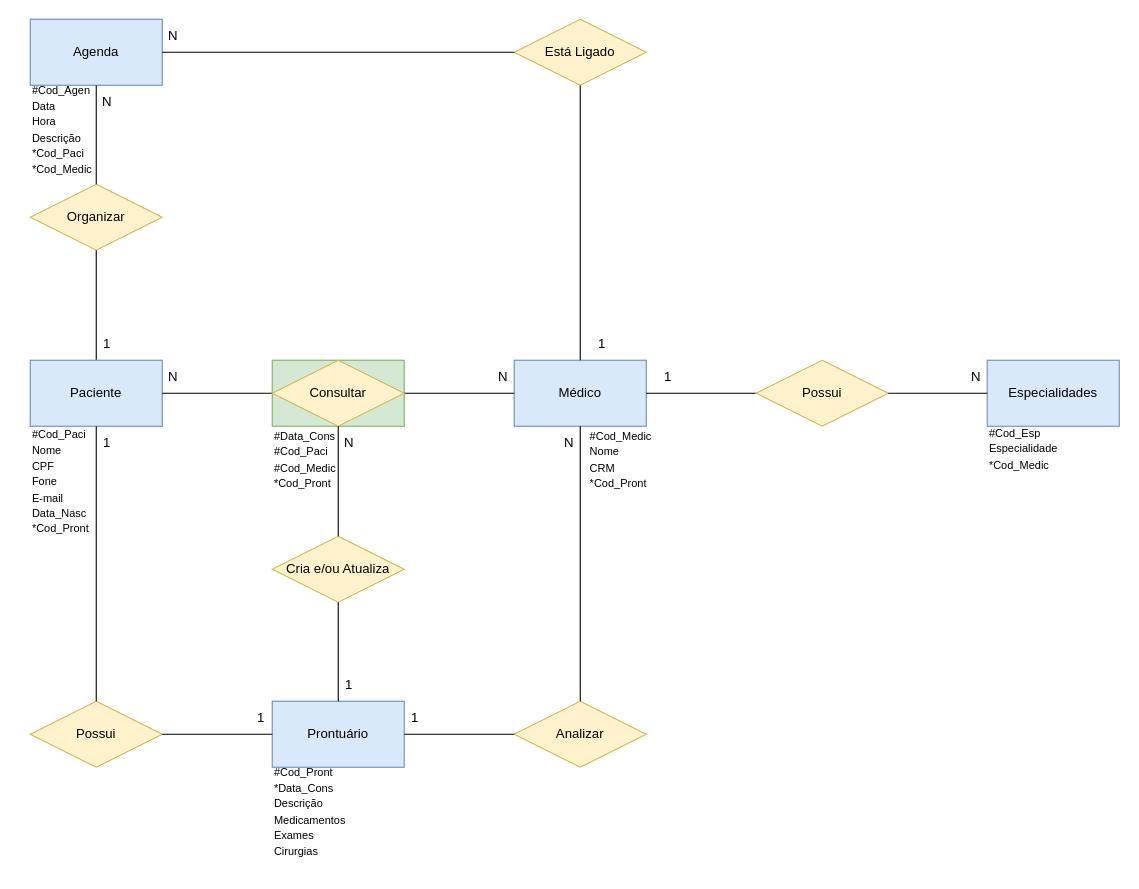
Lucas544kk/Trabalhos keeps this draw.io diagram as MER Atualizado.drawio. Above is the earlier version. Source tidied: cells renumbered, new cells numbered last; positions are measured from the earlier drawing's top-left corner, leaving out a move shared by most shapes. Both pictures are drawn from the tidied source at 110%, with x=0, y=0 at pixel (30, 19).
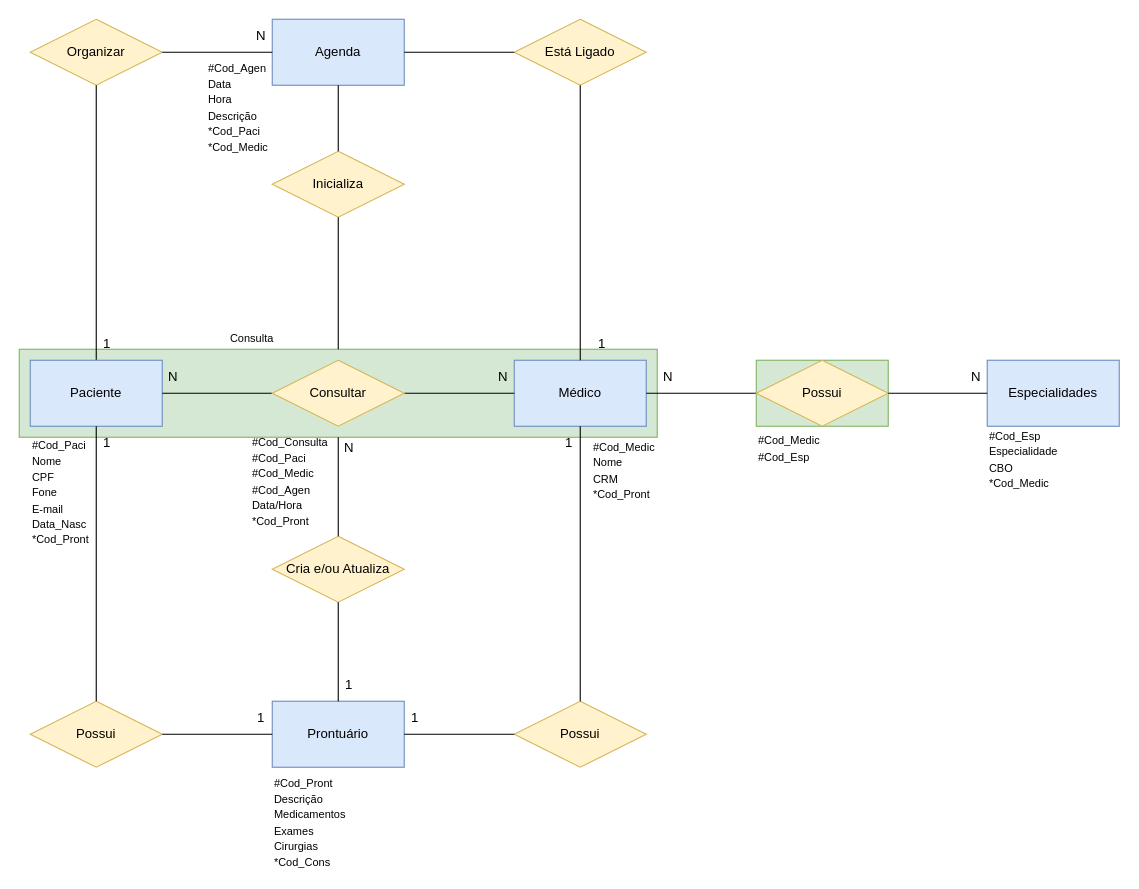
The same page after the edit.

Unchanged cells that the change refers to:
```xml
<mxCell id="9" value="Paciente" style="rounded=0;whiteSpace=wrap;html=1;fillColor=#dae8fc;strokeColor=#6c8ebf;" parent="1" vertex="1">
  <mxGeometry y="310" width="120" height="60" as="geometry" />
</mxCell>
<mxCell id="10" value="Médico" style="rounded=0;whiteSpace=wrap;html=1;fillColor=#dae8fc;strokeColor=#6c8ebf;" parent="1" vertex="1">
  <mxGeometry x="440" y="310" width="120" height="60" as="geometry" />
</mxCell>
<mxCell id="16" value="Consultar" style="rhombus;whiteSpace=wrap;html=1;fillColor=#fff2cc;strokeColor=#d6b656;" parent="1" vertex="1">
  <mxGeometry x="220" y="310" width="120" height="60" as="geometry" />
</mxCell>
```

What changed in the source:
```diff
@@
+    <mxCell id="49" style="rounded=0;whiteSpace=wrap;html=1;fillColor=#d5e8d4;strokeColor=#82b366;" parent="1" vertex="1">
+      <mxGeometry x="660" y="310" width="120" height="60" as="geometry" />
+    </mxCell>
     <mxCell id="2" style="rounded=0;whiteSpace=wrap;html=1;fillColor=#d5e8d4;strokeColor=#82b366;" parent="1" vertex="1">
-      <mxGeometry x="220" y="310" width="120" height="60" as="geometry" />
+      <mxGeometry x="-10" y="300" width="580" height="80" as="geometry" />
     </mxCell>
     <mxCell id="3" value="Agenda" style="rounded=0;whiteSpace=wrap;html=1;fillColor=#dae8fc;strokeColor=#6c8ebf;" parent="1" vertex="1">
-      <mxGeometry width="120" height="60" as="geometry" />
+      <mxGeometry x="220" width="120" height="60" as="geometry" />
     </mxCell>
     <mxCell id="4" value="Organizar" style="rhombus;whiteSpace=wrap;html=1;fillColor=#fff2cc;strokeColor=#d6b656;" parent="1" vertex="1">
-      <mxGeometry y="150" width="120" height="60" as="geometry" />
+      <mxGeometry width="120" height="60" as="geometry" />
     </mxCell>
-    <mxCell id="5" style="endArrow=none;html=1;rounded=0;entryX=0.5;entryY=1;entryDx=0;entryDy=0;exitX=0.5;exitY=0;exitDx=0;exitDy=0;" parent="1" edge="1" source="4" target="3">
+    <mxCell id="5" style="endArrow=none;html=1;rounded=0;entryX=0;entryY=0.5;entryDx=0;entryDy=0;exitX=1;exitY=0.5;exitDx=0;exitDy=0;" parent="1" edge="1" source="4" target="3">
       <mxGeometry relative="1" as="geometry" />
     </mxCell>
@@
-    <mxCell id="7" value="N" style="text;html=1;strokeColor=none;fillColor=none;align=center;verticalAlign=middle;whiteSpace=wrap;rounded=0;" parent="1" vertex="1">
-      <mxGeometry x="40" y="60" width="60" height="30" as="geometry" />
-    </mxCell>
@@
-    <mxCell id="14" style="endArrow=none;html=1;rounded=0;entryX=0;entryY=0.5;entryDx=0;entryDy=0;exitX=1;exitY=0.5;exitDx=0;exitDy=0;" parent="1" edge="1" source="2" target="10">
+    <mxCell id="14" style="endArrow=none;html=1;rounded=0;entryX=0;entryY=0.5;entryDx=0;entryDy=0;exitX=1;exitY=0.5;exitDx=0;exitDy=0;" parent="1" edge="1" source="16" target="10">
       <mxGeometry relative="1" as="geometry" />
     </mxCell>
-    <mxCell id="15" style="endArrow=none;html=1;rounded=0;entryX=0;entryY=0.5;entryDx=0;entryDy=0;exitX=1;exitY=0.5;exitDx=0;exitDy=0;" parent="1" edge="1" source="9" target="2">
+    <mxCell id="15" style="endArrow=none;html=1;rounded=0;entryX=0;entryY=0.5;entryDx=0;entryDy=0;exitX=1;exitY=0.5;exitDx=0;exitDy=0;" parent="1" edge="1" source="9" target="16">
       <mxGeometry relative="1" as="geometry" />
     </mxCell>
@@
-    <mxCell id="20" value="Analizar" style="rhombus;whiteSpace=wrap;html=1;fillColor=#fff2cc;strokeColor=#d6b656;" parent="1" vertex="1">
+    <mxCell id="20" value="Possui" style="rhombus;whiteSpace=wrap;html=1;fillColor=#fff2cc;strokeColor=#d6b656;" parent="1" vertex="1">
       <mxGeometry x="440" y="620" width="120" height="60" as="geometry" />
     </mxCell>
@@
     <mxCell id="29" value="N" style="text;html=1;strokeColor=none;fillColor=none;align=center;verticalAlign=middle;whiteSpace=wrap;rounded=0;" parent="1" vertex="1">
-      <mxGeometry x="100" width="60" height="30" as="geometry" />
+      <mxGeometry x="180" width="60" height="30" as="geometry" />
     </mxCell>
@@
-    <mxCell id="34" value="N" style="text;html=1;strokeColor=none;fillColor=none;align=center;verticalAlign=middle;whiteSpace=wrap;rounded=0;" parent="1" vertex="1">
-      <mxGeometry x="260" y="370" width="60" height="30" as="geometry" />
-    </mxCell>
@@
-    <mxCell id="36" value="N" style="text;html=1;strokeColor=none;fillColor=none;align=center;verticalAlign=middle;whiteSpace=wrap;rounded=0;" parent="1" vertex="1">
-      <mxGeometry x="460" y="370" width="60" height="30" as="geometry" />
-    </mxCell>
     <mxCell id="37" value="&lt;font style=&quot;font-size: 10px;&quot;&gt;#Cod_Agen&lt;br&gt;Data&lt;br&gt;Hora&lt;br&gt;Descrição&lt;br&gt;*Cod_Paci&lt;br&gt;*Cod_Medic&lt;/font&gt;" style="text;html=1;strokeColor=none;fillColor=none;align=left;verticalAlign=middle;whiteSpace=wrap;rounded=0;" parent="1" vertex="1">
-      <mxGeometry y="80" width="60" height="40" as="geometry" />
+      <mxGeometry x="160" y="60" width="60" height="40" as="geometry" />
     </mxCell>
     <mxCell id="38" value="&lt;font style=&quot;font-size: 10px;&quot;&gt;#Cod_Paci&lt;br&gt;Nome&lt;br&gt;CPF&lt;br&gt;Fone&lt;br&gt;E-mail&lt;br&gt;Data_Nasc&lt;br&gt;*Cod_Pront&lt;br&gt;&lt;/font&gt;" style="text;html=1;strokeColor=none;fillColor=none;align=left;verticalAlign=middle;whiteSpace=wrap;rounded=0;" parent="1" vertex="1">
-      <mxGeometry y="400" width="60" height="40" as="geometry" />
+      <mxGeometry y="410" width="60" height="40" as="geometry" />
     </mxCell>
     <mxCell id="39" value="&lt;font style=&quot;font-size: 10px;&quot;&gt;#Cod_Medic&lt;br&gt;Nome&lt;br&gt;CRM&lt;br&gt;*Cod_Pront&lt;br&gt;&lt;/font&gt;" style="text;html=1;strokeColor=none;fillColor=none;align=left;verticalAlign=middle;whiteSpace=wrap;rounded=0;" parent="1" vertex="1">
-      <mxGeometry x="507" y="380" width="60" height="40" as="geometry" />
+      <mxGeometry x="510" y="390" width="60" height="40" as="geometry" />
     </mxCell>
@@
-    <mxCell id="44" value="1" style="text;html=1;strokeColor=none;fillColor=none;align=center;verticalAlign=middle;whiteSpace=wrap;rounded=0;" parent="1" vertex="1">
-      <mxGeometry x="550" y="310" width="60" height="30" as="geometry" />
-    </mxCell>
@@
-    <mxCell id="46" value="&lt;font style=&quot;font-size: 10px;&quot;&gt;#Cod_Esp&lt;br&gt;Especialidade&lt;br&gt;*Cod_Medic&lt;br&gt;&lt;/font&gt;" style="text;html=1;strokeColor=none;fillColor=none;align=left;verticalAlign=middle;whiteSpace=wrap;rounded=0;" parent="1" vertex="1">
-      <mxGeometry x="870" y="370" width="60" height="40" as="geometry" />
+    <mxCell id="46" value="&lt;font style=&quot;font-size: 10px;&quot;&gt;#Cod_Esp&lt;br&gt;Especialidade&lt;br&gt;CBO&lt;br&gt;*Cod_Medic&lt;br&gt;&lt;/font&gt;" style="text;html=1;strokeColor=none;fillColor=none;align=left;verticalAlign=middle;whiteSpace=wrap;rounded=0;" parent="1" vertex="1">
+      <mxGeometry x="870" y="380" width="60" height="40" as="geometry" />
     </mxCell>
-    <mxCell id="47" value="&lt;font style=&quot;font-size: 10px;&quot;&gt;#Data_Cons&lt;br&gt;#Cod_Paci&lt;br&gt;#Cod_Medic&lt;br&gt;*Cod_Pront&lt;br&gt;&lt;/font&gt;" style="text;html=1;strokeColor=none;fillColor=none;align=left;verticalAlign=middle;whiteSpace=wrap;rounded=0;" parent="1" vertex="1">
-      <mxGeometry x="220" y="380" width="60" height="40" as="geometry" />
+    <mxCell id="47" value="&lt;font style=&quot;font-size: 10px;&quot;&gt;#Cod_Consulta&lt;br&gt;#Cod_Paci&lt;br&gt;#Cod_Medic&lt;br&gt;#Cod_Agen&lt;br&gt;Data/Hora&lt;br&gt;*Cod_Pront&lt;br&gt;&lt;/font&gt;" style="text;html=1;strokeColor=none;fillColor=none;align=left;verticalAlign=middle;whiteSpace=wrap;rounded=0;" parent="1" vertex="1">
+      <mxGeometry x="200" y="400" width="60" height="40" as="geometry" />
     </mxCell>
-    <mxCell id="48" value="&lt;font style=&quot;font-size: 10px;&quot;&gt;#Cod_Pront&lt;br&gt;*Data_Cons&lt;br&gt;Descrição&lt;br&gt;Medicamentos&lt;br&gt;Exames&lt;br&gt;Cirurgias&lt;br&gt;&lt;/font&gt;" style="text;html=1;strokeColor=none;fillColor=none;align=left;verticalAlign=middle;whiteSpace=wrap;rounded=0;" parent="1" vertex="1">
-      <mxGeometry x="220" y="700" width="60" height="40" as="geometry" />
+    <mxCell id="48" value="&lt;font style=&quot;font-size: 10px;&quot;&gt;#Cod_Pront&lt;br&gt;Descrição&lt;br&gt;Medicamentos&lt;br&gt;Exames&lt;br&gt;Cirurgias&lt;br&gt;*Cod_Cons&lt;br&gt;&lt;/font&gt;" style="text;html=1;strokeColor=none;fillColor=none;align=left;verticalAlign=middle;whiteSpace=wrap;rounded=0;" parent="1" vertex="1">
+      <mxGeometry x="220" y="710" width="60" height="40" as="geometry" />
     </mxCell>
+    <mxCell id="50" value="&lt;span style=&quot;font-size: 10px;&quot;&gt;Consulta&lt;/span&gt;" style="text;html=1;strokeColor=none;fillColor=none;align=left;verticalAlign=middle;whiteSpace=wrap;rounded=0;" parent="1" vertex="1">
+      <mxGeometry x="180" y="270" width="60" height="40" as="geometry" />
+    </mxCell>
+    <mxCell id="51" value="Inicializa" style="rhombus;whiteSpace=wrap;html=1;fillColor=#fff2cc;strokeColor=#d6b656;" parent="1" vertex="1">
+      <mxGeometry x="220" y="120" width="120" height="60" as="geometry" />
+    </mxCell>
+    <mxCell id="52" style="endArrow=none;html=1;rounded=0;entryX=0.5;entryY=0;entryDx=0;entryDy=0;exitX=0.5;exitY=1;exitDx=0;exitDy=0;" parent="1" edge="1" source="3" target="51">
+      <mxGeometry relative="1" as="geometry" />
+    </mxCell>
+    <mxCell id="53" style="endArrow=none;html=1;rounded=0;entryX=0.5;entryY=0;entryDx=0;entryDy=0;exitX=0.5;exitY=1;exitDx=0;exitDy=0;" parent="1" edge="1" source="51" target="2">
+      <mxGeometry relative="1" as="geometry" />
+    </mxCell>
+    <mxCell id="44" value="1" style="text;html=1;strokeColor=none;fillColor=none;align=center;verticalAlign=middle;whiteSpace=wrap;rounded=0;" parent="1" vertex="1">
+      <mxGeometry x="460" y="370" width="60" height="30" as="geometry" />
+    </mxCell>
+    <mxCell id="54" value="N" style="text;html=1;strokeColor=none;fillColor=none;align=center;verticalAlign=middle;whiteSpace=wrap;rounded=0;" parent="1" vertex="1">
+      <mxGeometry x="550" y="310" width="60" height="30" as="geometry" />
+    </mxCell>
+    <mxCell id="55" value="&lt;font style=&quot;font-size: 10px;&quot;&gt;#Cod_Medic&lt;br&gt;#Cod_Esp&lt;br&gt;&lt;/font&gt;" style="text;html=1;strokeColor=none;fillColor=none;align=left;verticalAlign=middle;whiteSpace=wrap;rounded=0;" parent="1" vertex="1">
+      <mxGeometry x="660" y="370" width="60" height="40" as="geometry" />
+    </mxCell>
+    <mxCell id="34" value="N" style="text;html=1;strokeColor=none;fillColor=none;align=center;verticalAlign=middle;whiteSpace=wrap;rounded=0;" parent="1" vertex="1">
+      <mxGeometry x="260" y="375" width="60" height="30" as="geometry" />
+    </mxCell>
```
